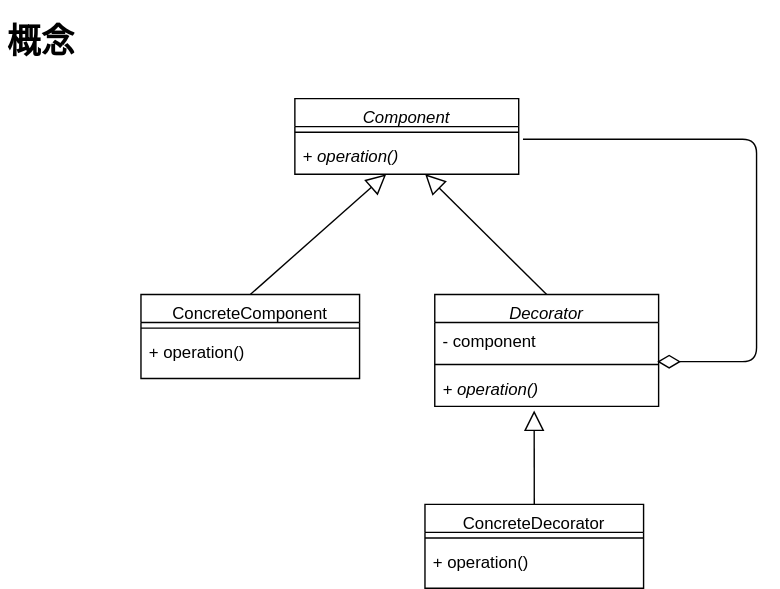
Earlier version of the draw.io export drawio/decorator/decorator_concept.drawio.svg (go-to-k/cdk-gof-design-pattern). Source tidied: cells renumbered, new cells last; positions are measured from the earlier drawing's top-left corner, leaving out a move shared by most shapes. The source it was exported from:
```xml
<mxGraphModel>
  <root>
    <mxCell id="0" />
    <mxCell id="1" parent="0" />
    <mxCell id="2" value="ConcreteComponent" style="swimlane;fontStyle=0;align=center;verticalAlign=top;horizontal=1;startSize=20;rounded=0;shadow=0;strokeWidth=1;" parent="1" vertex="1">
      <mxGeometry x="100" y="200" width="156.2" height="60" as="geometry" />
    </mxCell>
    <mxCell id="3" style="line;html=1;strokeWidth=1;align=left;verticalAlign=middle;spacingTop=-1;spacingLeft=3;spacingRight=3;labelPosition=right;" parent="2" vertex="1">
      <mxGeometry y="20" width="156.2" height="8" as="geometry" />
    </mxCell>
    <mxCell id="4" value="+ operation()" style="text;strokeColor=none;fillColor=none;align=left;verticalAlign=top;spacingLeft=4;spacingRight=4;overflow=hidden;whiteSpace=wrap;html=1;" parent="2" vertex="1">
      <mxGeometry y="28" width="156.2" height="26" as="geometry" />
    </mxCell>
    <mxCell id="5" value="Decorator" style="swimlane;fontStyle=2;align=center;verticalAlign=top;horizontal=1;startSize=20;rounded=0;shadow=0;strokeWidth=1;" parent="1" vertex="1">
      <mxGeometry x="310" y="200" width="160" height="80" as="geometry" />
    </mxCell>
    <mxCell id="6" value="- component" style="text;strokeColor=none;fillColor=none;align=left;verticalAlign=top;spacingLeft=4;spacingRight=4;overflow=hidden;points=[[0,0.5],[1,0.5]];portConstraint=eastwest;whiteSpace=wrap;html=1;" parent="5" vertex="1">
      <mxGeometry y="20" width="160" height="26" as="geometry" />
    </mxCell>
    <mxCell id="7" style="line;html=1;strokeWidth=1;align=left;verticalAlign=middle;spacingTop=-1;spacingLeft=3;spacingRight=3;labelPosition=right;" parent="5" vertex="1">
      <mxGeometry y="46" width="160" height="8" as="geometry" />
    </mxCell>
    <mxCell id="8" value="&lt;i&gt;+ operation()&lt;/i&gt;" style="text;strokeColor=none;fillColor=none;align=left;verticalAlign=top;spacingLeft=4;spacingRight=4;overflow=hidden;points=[[0,0.5],[1,0.5]];portConstraint=eastwest;whiteSpace=wrap;html=1;" parent="5" vertex="1">
      <mxGeometry y="54" width="160" height="26" as="geometry" />
    </mxCell>
    <mxCell id="9" value="Component" style="swimlane;fontStyle=2;align=center;verticalAlign=top;horizontal=1;startSize=20;rounded=0;shadow=0;strokeWidth=1;" parent="1" vertex="1">
      <mxGeometry x="210" y="60" width="160" height="54" as="geometry" />
    </mxCell>
    <mxCell id="10" style="line;html=1;strokeWidth=1;align=left;verticalAlign=middle;spacingTop=-1;spacingLeft=3;spacingRight=3;labelPosition=right;" parent="9" vertex="1">
      <mxGeometry y="20" width="160" height="8" as="geometry" />
    </mxCell>
    <mxCell id="11" value="&lt;i&gt;+ operation()&lt;/i&gt;" style="text;strokeColor=none;fillColor=none;align=left;verticalAlign=top;spacingLeft=4;spacingRight=4;overflow=hidden;points=[[0,0.5],[1,0.5]];portConstraint=eastwest;whiteSpace=wrap;html=1;" parent="9" vertex="1">
      <mxGeometry y="28" width="160" height="26" as="geometry" />
    </mxCell>
    <mxCell id="12" style="endArrow=block;endFill=0;endSize=12;html=1;rounded=0;exitX=0.5;exitY=0;exitDx=0;exitDy=0;" parent="1" edge="1" source="5" target="11">
      <mxGeometry relative="1" as="geometry" />
    </mxCell>
    <mxCell id="13" value="&lt;h1&gt;概念&lt;/h1&gt;" style="text;html=1;strokeColor=none;fillColor=none;spacing=5;spacingTop=-20;whiteSpace=wrap;overflow=hidden;rounded=0;" parent="1" vertex="1">
      <mxGeometry width="60" height="40" as="geometry" />
    </mxCell>
    <mxCell id="14" style="endArrow=block;endFill=0;endSize=12;html=1;rounded=0;exitX=0.5;exitY=0;exitDx=0;exitDy=0;" parent="1" edge="1" source="2" target="11">
      <mxGeometry relative="1" as="geometry" />
    </mxCell>
    <mxCell id="15" value="ConcreteDecorator" style="swimlane;fontStyle=0;align=center;verticalAlign=top;horizontal=1;startSize=20;rounded=0;shadow=0;strokeWidth=1;" parent="1" vertex="1">
      <mxGeometry x="303" y="350" width="156.2" height="60" as="geometry" />
    </mxCell>
    <mxCell id="16" style="line;html=1;strokeWidth=1;align=left;verticalAlign=middle;spacingTop=-1;spacingLeft=3;spacingRight=3;labelPosition=right;" parent="15" vertex="1">
      <mxGeometry y="20" width="156.2" height="8" as="geometry" />
    </mxCell>
    <mxCell id="17" value="+ operation()" style="text;strokeColor=none;fillColor=none;align=left;verticalAlign=top;spacingLeft=4;spacingRight=4;overflow=hidden;whiteSpace=wrap;html=1;" parent="15" vertex="1">
      <mxGeometry y="28" width="156.2" height="26" as="geometry" />
    </mxCell>
    <mxCell id="18" style="endArrow=block;endFill=0;endSize=12;html=1;rounded=0;exitX=0.5;exitY=0;exitDx=0;exitDy=0;entryX=0.444;entryY=1.115;entryDx=0;entryDy=0;entryPerimeter=0;" parent="1" edge="1" source="15" target="8">
      <mxGeometry relative="1" as="geometry" />
    </mxCell>
    <mxCell id="19" style="endArrow=none;html=1;endSize=12;startArrow=diamondThin;startSize=14;startFill=0;edgeStyle=orthogonalEdgeStyle;align=left;verticalAlign=bottom;exitX=0.994;exitY=1.077;exitDx=0;exitDy=0;exitPerimeter=0;entryX=1.019;entryY=0.038;entryDx=0;entryDy=0;entryPerimeter=0;endFill=0;" parent="1" edge="1" source="6" target="11">
      <mxGeometry x="-1" y="3" relative="1" as="geometry">
        <Array as="points">
          <mxPoint x="540" y="248" />
          <mxPoint x="540" y="89" />
        </Array>
      </mxGeometry>
    </mxCell>
  </root>
</mxGraphModel>
```
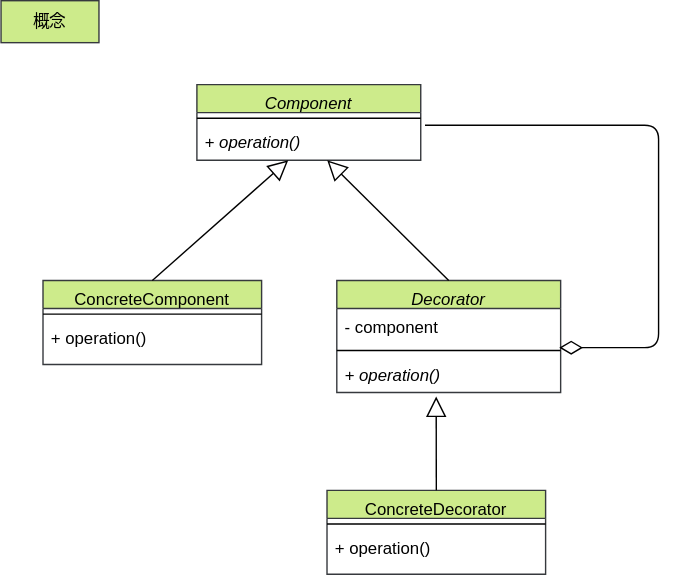
After the change.

Diff of the diagram source:
```diff
@@ -2,7 +2,7 @@
   <root>
     <mxCell id="0" />
     <mxCell id="1" parent="0" />
-    <mxCell id="2" value="ConcreteComponent" style="swimlane;fontStyle=0;align=center;verticalAlign=top;horizontal=1;startSize=20;rounded=0;shadow=0;strokeWidth=1;" parent="1" vertex="1">
+    <mxCell id="2" value="ConcreteComponent" style="swimlane;fontStyle=0;align=center;verticalAlign=top;horizontal=1;startSize=20;rounded=0;shadow=0;strokeWidth=1;fillColor=#cdeb8b;strokeColor=#36393d;" parent="1" vertex="1">
       <mxGeometry x="100" y="200" width="156.2" height="60" as="geometry" />
     </mxCell>
     <mxCell id="3" style="line;html=1;strokeWidth=1;align=left;verticalAlign=middle;spacingTop=-1;spacingLeft=3;spacingRight=3;labelPosition=right;" parent="2" vertex="1">
@@ -11,7 +11,7 @@
     <mxCell id="4" value="+ operation()" style="text;strokeColor=none;fillColor=none;align=left;verticalAlign=top;spacingLeft=4;spacingRight=4;overflow=hidden;whiteSpace=wrap;html=1;" parent="2" vertex="1">
       <mxGeometry y="28" width="156.2" height="26" as="geometry" />
     </mxCell>
-    <mxCell id="5" value="Decorator" style="swimlane;fontStyle=2;align=center;verticalAlign=top;horizontal=1;startSize=20;rounded=0;shadow=0;strokeWidth=1;" parent="1" vertex="1">
+    <mxCell id="5" value="Decorator" style="swimlane;fontStyle=2;align=center;verticalAlign=top;horizontal=1;startSize=20;rounded=0;shadow=0;strokeWidth=1;fillColor=#cdeb8b;strokeColor=#36393d;" parent="1" vertex="1">
       <mxGeometry x="310" y="200" width="160" height="80" as="geometry" />
     </mxCell>
     <mxCell id="6" value="- component" style="text;strokeColor=none;fillColor=none;align=left;verticalAlign=top;spacingLeft=4;spacingRight=4;overflow=hidden;points=[[0,0.5],[1,0.5]];portConstraint=eastwest;whiteSpace=wrap;html=1;" parent="5" vertex="1">
@@ -23,7 +23,7 @@
     <mxCell id="8" value="&lt;i&gt;+ operation()&lt;/i&gt;" style="text;strokeColor=none;fillColor=none;align=left;verticalAlign=top;spacingLeft=4;spacingRight=4;overflow=hidden;points=[[0,0.5],[1,0.5]];portConstraint=eastwest;whiteSpace=wrap;html=1;" parent="5" vertex="1">
       <mxGeometry y="54" width="160" height="26" as="geometry" />
     </mxCell>
-    <mxCell id="9" value="Component" style="swimlane;fontStyle=2;align=center;verticalAlign=top;horizontal=1;startSize=20;rounded=0;shadow=0;strokeWidth=1;" parent="1" vertex="1">
+    <mxCell id="9" value="Component" style="swimlane;fontStyle=2;align=center;verticalAlign=top;horizontal=1;startSize=20;rounded=0;shadow=0;strokeWidth=1;fillColor=#cdeb8b;strokeColor=#36393d;" parent="1" vertex="1">
       <mxGeometry x="210" y="60" width="160" height="54" as="geometry" />
     </mxCell>
     <mxCell id="10" style="line;html=1;strokeWidth=1;align=left;verticalAlign=middle;spacingTop=-1;spacingLeft=3;spacingRight=3;labelPosition=right;" parent="9" vertex="1">
@@ -35,13 +35,10 @@
     <mxCell id="12" style="endArrow=block;endFill=0;endSize=12;html=1;rounded=0;exitX=0.5;exitY=0;exitDx=0;exitDy=0;" parent="1" edge="1" source="5" target="11">
       <mxGeometry relative="1" as="geometry" />
     </mxCell>
-    <mxCell id="13" value="&lt;h1&gt;概念&lt;/h1&gt;" style="text;html=1;strokeColor=none;fillColor=none;spacing=5;spacingTop=-20;whiteSpace=wrap;overflow=hidden;rounded=0;" parent="1" vertex="1">
-      <mxGeometry width="60" height="40" as="geometry" />
-    </mxCell>
     <mxCell id="14" style="endArrow=block;endFill=0;endSize=12;html=1;rounded=0;exitX=0.5;exitY=0;exitDx=0;exitDy=0;" parent="1" edge="1" source="2" target="11">
       <mxGeometry relative="1" as="geometry" />
     </mxCell>
-    <mxCell id="15" value="ConcreteDecorator" style="swimlane;fontStyle=0;align=center;verticalAlign=top;horizontal=1;startSize=20;rounded=0;shadow=0;strokeWidth=1;" parent="1" vertex="1">
+    <mxCell id="15" value="ConcreteDecorator" style="swimlane;fontStyle=0;align=center;verticalAlign=top;horizontal=1;startSize=20;rounded=0;shadow=0;strokeWidth=1;fillColor=#cdeb8b;strokeColor=#36393d;" parent="1" vertex="1">
       <mxGeometry x="303" y="350" width="156.2" height="60" as="geometry" />
     </mxCell>
     <mxCell id="16" style="line;html=1;strokeWidth=1;align=left;verticalAlign=middle;spacingTop=-1;spacingLeft=3;spacingRight=3;labelPosition=right;" parent="15" vertex="1">
@@ -61,5 +58,8 @@
         </Array>
       </mxGeometry>
     </mxCell>
+    <mxCell id="13" value="概念" style="rounded=0;whiteSpace=wrap;html=1;fillColor=#cdeb8b;strokeColor=#36393d;" parent="1" vertex="1">
+      <mxGeometry x="70" width="70" height="30" as="geometry" />
+    </mxCell>
   </root>
 </mxGraphModel>
```
